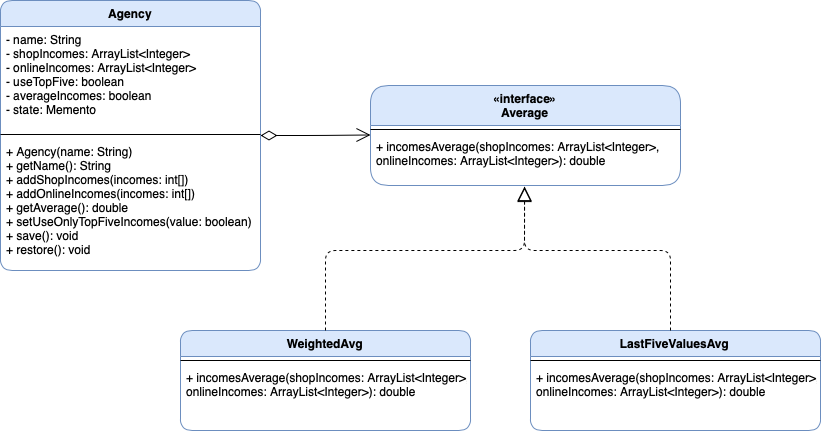
silviatrav/designPatterns keeps this draw.io diagram as diagrams/Strategy.png. Above is the earlier version. Source tidied: cells renumbered, new cells last; positions are measured from the earlier drawing's top-left corner, leaving out a move shared by most shapes.
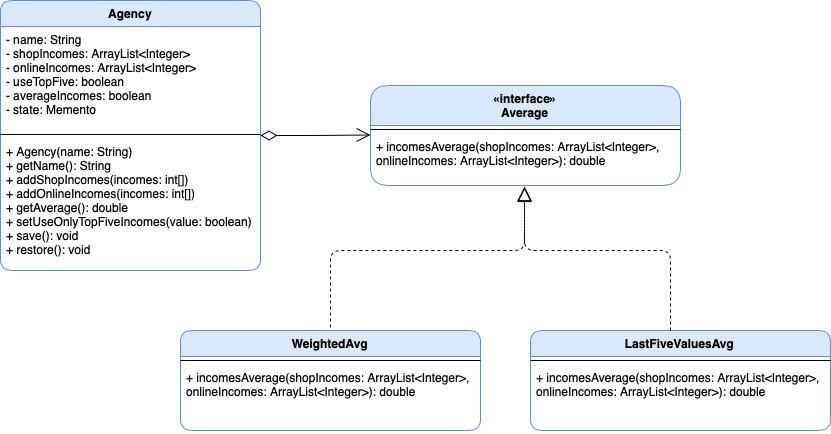
After the commit.

Change to the diagram source:
```diff
@@ -29,16 +29,16 @@
       <mxGeometry y="48" width="310" height="52" as="geometry" />
     </mxCell>
     <mxCell id="10" value="WeightedAvg" style="swimlane;fontStyle=1;align=center;verticalAlign=top;horizontal=1;startSize=26;rounded=1;shadow=0;glass=0;sketch=0;fillColor=#dae8fc;strokeColor=#6c8ebf;" parent="1" vertex="1">
-      <mxGeometry x="180" y="330" width="290" height="100" as="geometry" />
+      <mxGeometry x="180" y="330" width="300" height="100" as="geometry" />
     </mxCell>
     <mxCell id="11" style="line;strokeWidth=1;fillColor=none;align=left;verticalAlign=middle;spacingTop=-1;spacingLeft=3;spacingRight=3;labelPosition=right;" parent="10" vertex="1">
-      <mxGeometry y="26" width="290" height="8" as="geometry" />
+      <mxGeometry y="26" width="300" height="8" as="geometry" />
     </mxCell>
     <mxCell id="12" value="+ incomesAverage(shopIncomes: ArrayList&lt;Integer&gt;,&#10;onlineIncomes: ArrayList&lt;Integer&gt;): double" style="text;strokeColor=none;fillColor=none;align=left;verticalAlign=top;spacingLeft=4;spacingRight=4;overflow=hidden;" parent="10" vertex="1">
-      <mxGeometry y="34" width="290" height="66" as="geometry" />
+      <mxGeometry y="34" width="300" height="66" as="geometry" />
     </mxCell>
     <mxCell id="13" value="LastFiveValuesAvg" style="swimlane;fontStyle=1;align=center;verticalAlign=top;horizontal=1;startSize=26;rounded=1;shadow=0;glass=0;sketch=0;fillColor=#dae8fc;strokeColor=#6c8ebf;" parent="1" vertex="1">
-      <mxGeometry x="530" y="330" width="290" height="100" as="geometry" />
+      <mxGeometry x="530" y="330" width="300" height="100" as="geometry" />
     </mxCell>
     <mxCell id="14" style="endArrow=block;dashed=1;endFill=0;endSize=12;html=1;entryX=0.497;entryY=1.019;entryDx=0;entryDy=0;entryPerimeter=0;" parent="13" edge="1" target="9">
       <mxGeometry relative="1" as="geometry">
@@ -50,15 +50,16 @@
       </mxGeometry>
     </mxCell>
     <mxCell id="15" style="line;strokeWidth=1;fillColor=none;align=left;verticalAlign=middle;spacingTop=-1;spacingLeft=3;spacingRight=3;labelPosition=right;" parent="13" vertex="1">
-      <mxGeometry y="26" width="290" height="8" as="geometry" />
+      <mxGeometry y="26" width="300" height="8" as="geometry" />
     </mxCell>
     <mxCell id="16" value="+ incomesAverage(shopIncomes: ArrayList&lt;Integer&gt;,&#10;onlineIncomes: ArrayList&lt;Integer&gt;): double" style="text;strokeColor=none;fillColor=none;align=left;verticalAlign=top;spacingLeft=4;spacingRight=4;overflow=hidden;" parent="13" vertex="1">
-      <mxGeometry y="34" width="290" height="66" as="geometry" />
+      <mxGeometry y="34" width="300" height="66" as="geometry" />
     </mxCell>
-    <mxCell id="17" style="endArrow=block;dashed=1;endFill=0;endSize=12;html=1;exitX=0.5;exitY=0;exitDx=0;exitDy=0;entryX=0.497;entryY=1.038;entryDx=0;entryDy=0;entryPerimeter=0;" parent="1" edge="1" source="10" target="9">
+    <mxCell id="17" style="endArrow=block;dashed=1;endFill=0;endSize=12;html=1;entryX=0.497;entryY=1.038;entryDx=0;entryDy=0;entryPerimeter=0;" parent="1" edge="1" target="9">
       <mxGeometry relative="1" as="geometry">
+        <mxPoint x="330" y="327" as="sourcePoint" />
         <Array as="points">
-          <mxPoint x="325" y="250" />
+          <mxPoint x="330" y="250" />
           <mxPoint x="524" y="250" />
         </Array>
       </mxGeometry>
```
